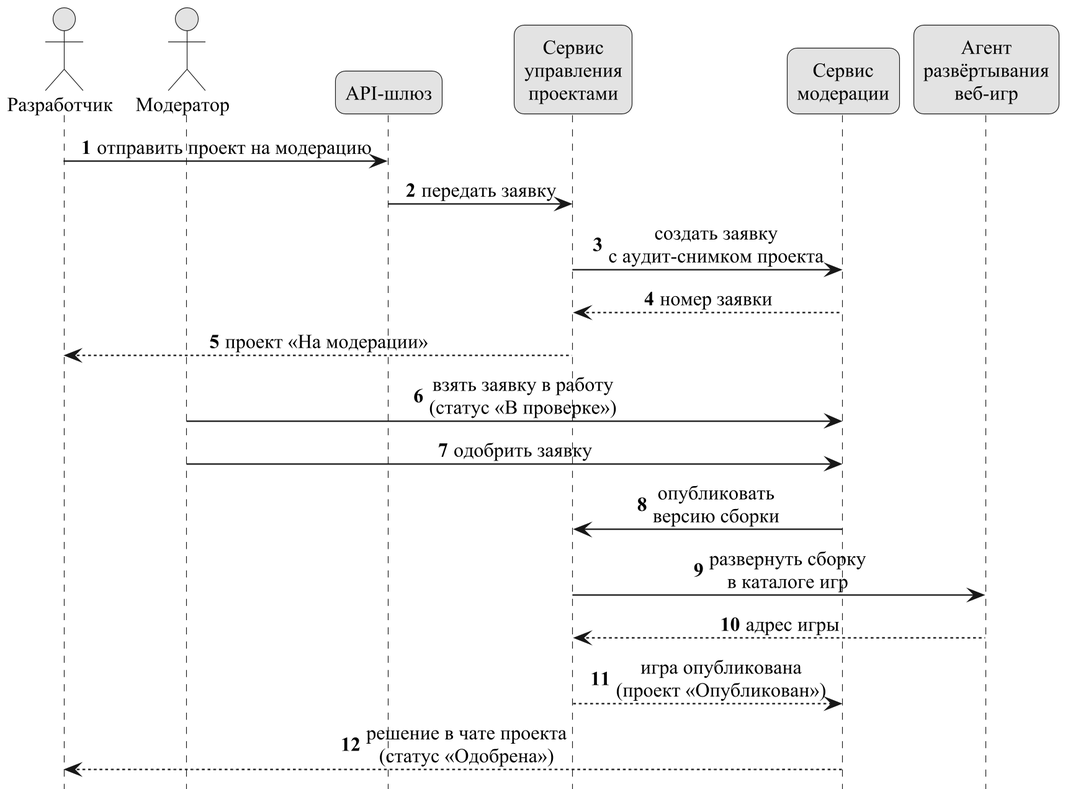
This is docs/uml/publish-sequence.png from Be4Die/game-developer-hub, a PlantUML export, as it was before one commit. Source of this version:
```plantuml
@startuml publish-sequence
!include style.iuml
skinparam sequenceMessageAlign center
hide footbox
autonumber
actor "Разработчик" as Dev
actor "Модератор" as Mod
participant "API-шлюз" as GW
participant "Сервис\nуправления\nпроектами" as PM
participant "Сервис\nмодерации" as MS
participant "Агент\nразвёртывания\nвеб-игр" as AG
Dev -> GW : отправить проект на модерацию
GW -> PM : передать заявку
PM -> MS : создать заявку\nс аудит-снимком проекта
MS --> PM : номер заявки
PM --> Dev : проект «На модерации»
Mod -> MS : взять заявку в работу\n(статус «В проверке»)
Mod -> MS : одобрить заявку
MS -> PM : опубликовать\nверсию сборки
PM -> AG : развернуть сборку\nв каталоге игр
AG --> PM : адрес игры
PM --> MS : игра опубликована\n(проект «Опубликован»)
MS --> Dev : решение в чате проекта\n(статус «Одобрена»)
@enduml
```
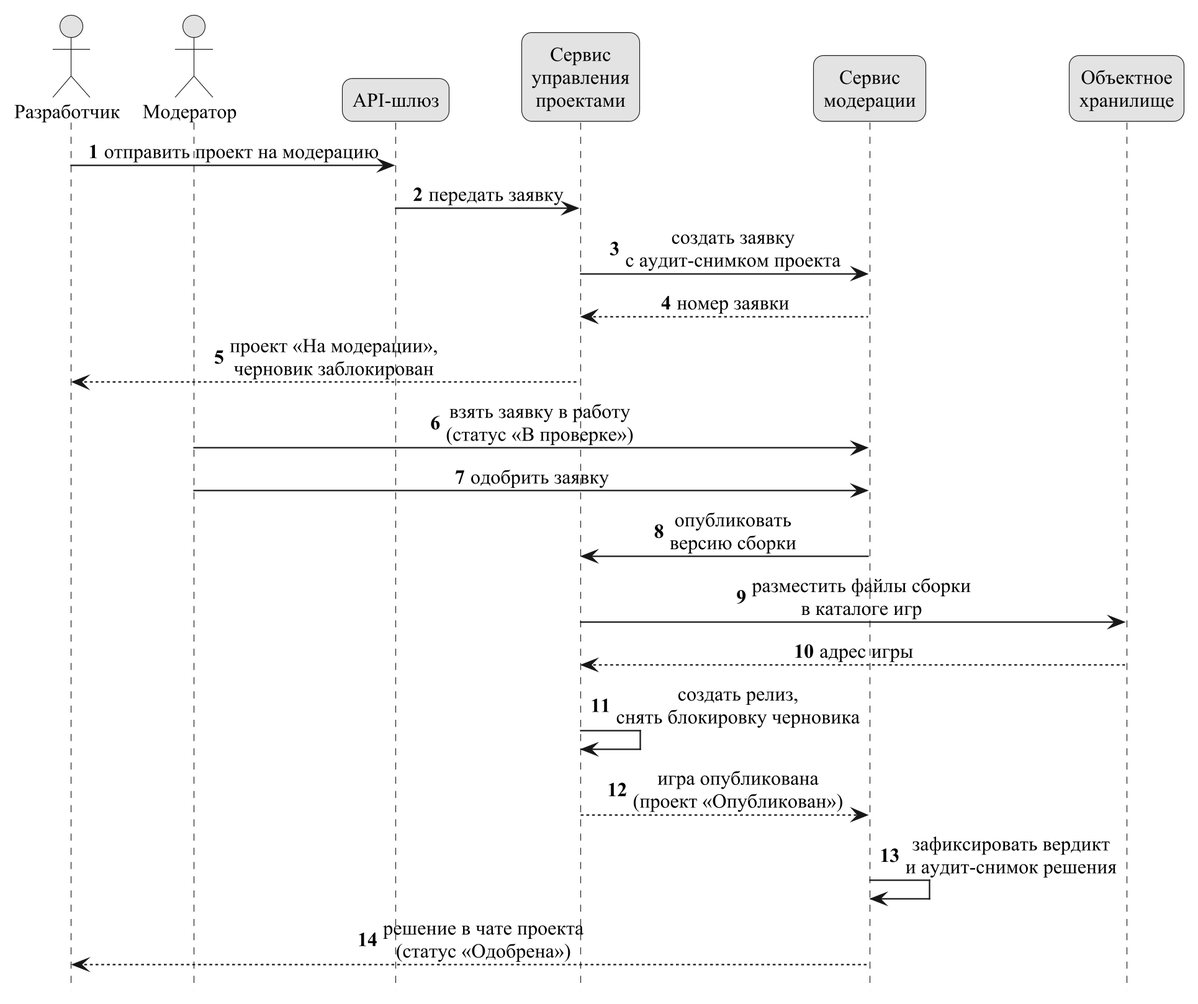
Later version of the same file.

The edit, as a diff of the source:
```diff
@@ -8,17 +8,19 @@
 participant "API-шлюз" as GW
 participant "Сервис\nуправления\nпроектами" as PM
 participant "Сервис\nмодерации" as MS
-participant "Агент\nразвёртывания\nвеб-игр" as AG
+participant "Объектное\nхранилище" as S3
 Dev -> GW : отправить проект на модерацию
 GW -> PM : передать заявку
 PM -> MS : создать заявку\nс аудит-снимком проекта
 MS --> PM : номер заявки
-PM --> Dev : проект «На модерации»
+PM --> Dev : проект «На модерации»,\nчерновик заблокирован
 Mod -> MS : взять заявку в работу\n(статус «В проверке»)
 Mod -> MS : одобрить заявку
 MS -> PM : опубликовать\nверсию сборки
-PM -> AG : развернуть сборку\nв каталоге игр
-AG --> PM : адрес игры
+PM -> S3 : разместить файлы сборки\nв каталоге игр
+S3 --> PM : адрес игры
+PM -> PM : создать релиз,\nснять блокировку черновика
 PM --> MS : игра опубликована\n(проект «Опубликован»)
+MS -> MS : зафиксировать вердикт\nи аудит-снимок решения
 MS --> Dev : решение в чате проекта\n(статус «Одобрена»)
 @enduml
```
